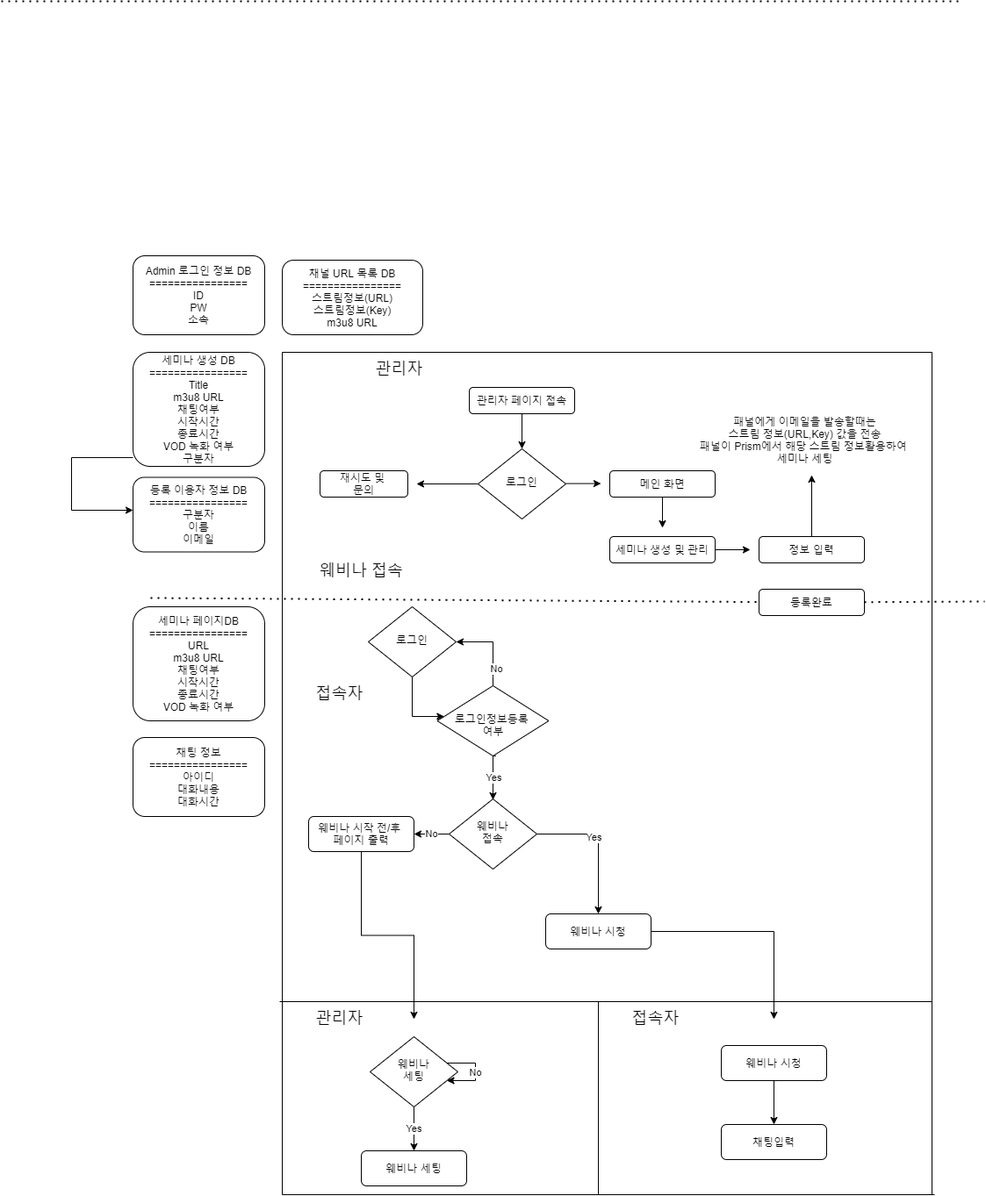
Before: live_station.png, a diagram exported from draw.io (park-moonkyu/livestaton). Source tidied: cells renumbered, new cells last; positions are measured from the earlier drawing's top-left corner, leaving out a move shared by most shapes.
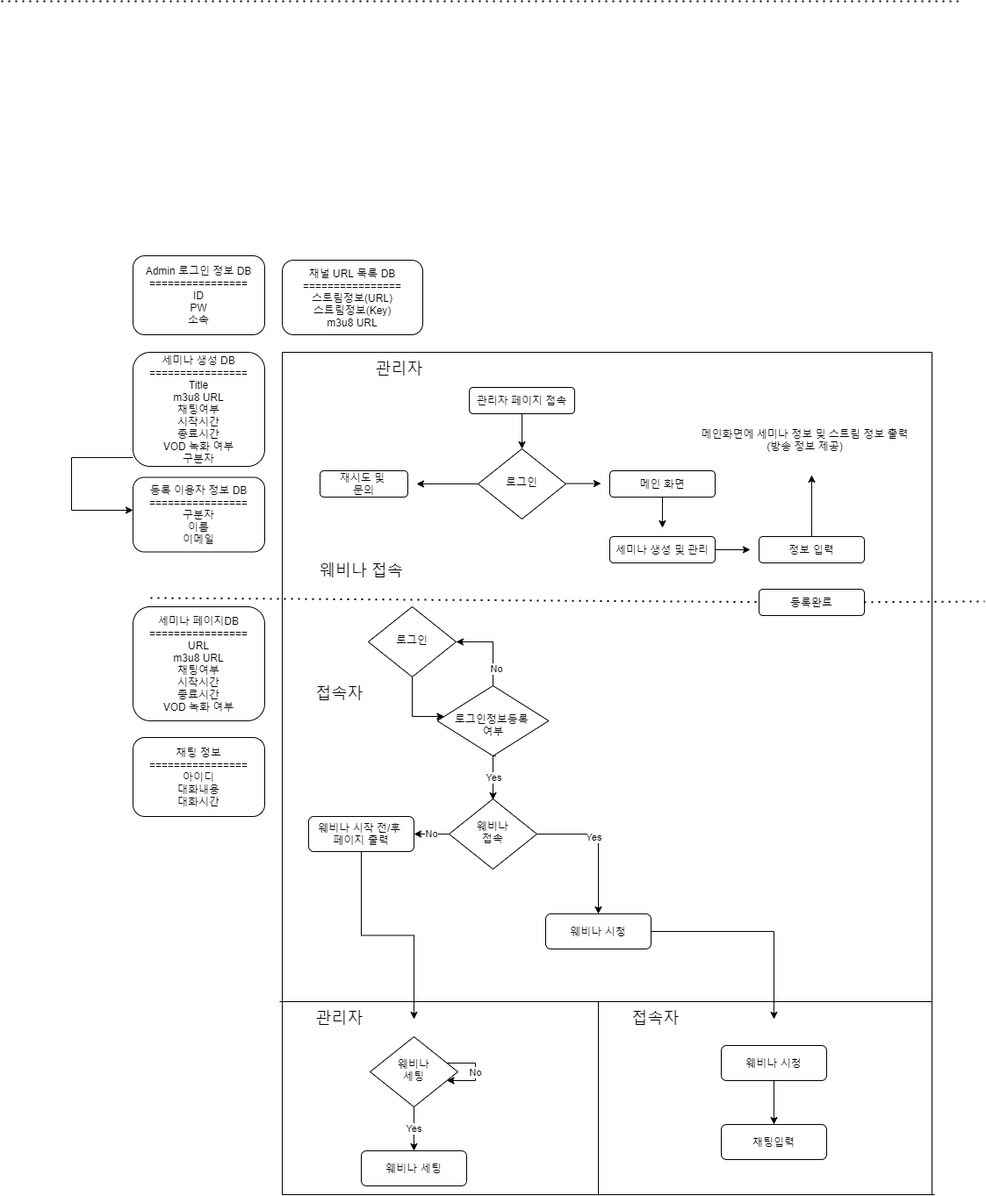
After the commit.

The edit, as a diff of the source:
```diff
@@ -181,8 +181,8 @@
         <mxPoint x="1090" as="targetPoint" />
       </mxGeometry>
     </mxCell>
-    <mxCell id="46" value="패널에게 이메일을 발송할때는&lt;br&gt;스트림 정보(URL,Key) 값을 전송&lt;br&gt;패널이 Prism에서 해당 스트림 정보활용하여 &lt;br&gt;세미나 세팅" style="text;html=1;align=center;verticalAlign=middle;" parent="1" vertex="1">
-      <mxGeometry x="790" y="470" width="250" height="60" as="geometry" />
+    <mxCell id="46" value="메인화면에 세미나 정보 및 스트림 정보 출력&lt;br&gt;(방송 정보 제공)" style="text;html=1;align=center;verticalAlign=middle;" parent="1" vertex="1">
+      <mxGeometry x="790" y="485" width="250" height="30" as="geometry" />
     </mxCell>
     <mxCell id="47" value="채팅 정보================&lt;br&gt;아이디&lt;br&gt;대화내용&lt;br&gt;대화시간" style="rounded=1;whiteSpace=wrap;html=1;" parent="1" vertex="1">
       <mxGeometry x="150" y="839" width="150" height="90" as="geometry" />
```
